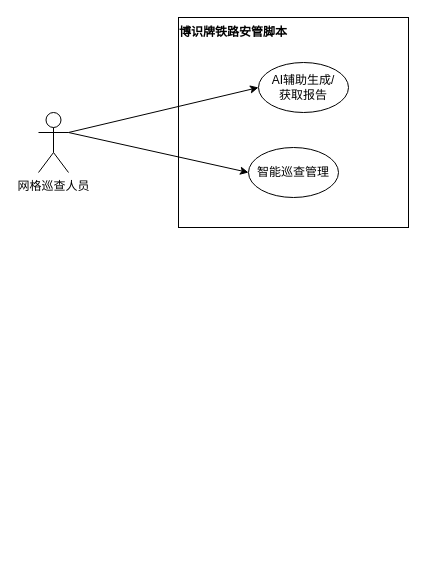
Above: 用例图3.drawio in Lxlorange/drawio (draw.io), before the change. Source tidied: cells renumbered, new cells numbered last; positions are measured from the earlier drawing's top-left corner, leaving out a move shared by most shapes. Both pictures are drawn from the tidied source at 100%, with x=0, y=0 at pixel (38, 17).
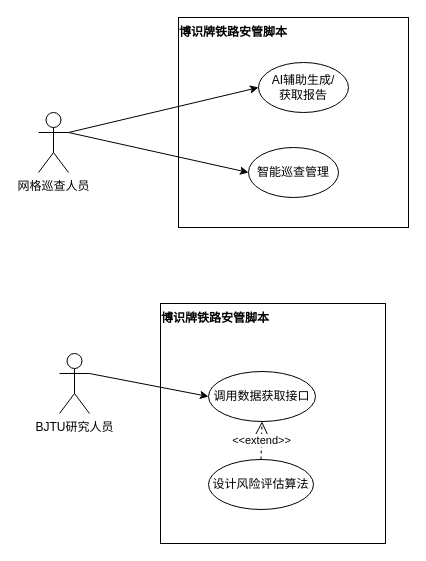
Above is the later version.

What changed in the source:
```diff
@@
 <mxGraphModel>
   <root>
     <mxCell id="0" />
     <mxCell id="1" parent="0" />
     <mxCell id="2" style="rounded=0;whiteSpace=wrap;html=1;" parent="1" vertex="1">
       <mxGeometry x="140" width="230" height="210" as="geometry" />
     </mxCell>
     <mxCell id="3" value="网格巡查人员" style="shape=umlActor;verticalLabelPosition=bottom;verticalAlign=top;html=1;outlineConnect=0;" parent="1" vertex="1">
       <mxGeometry y="95" width="30" height="60" as="geometry" />
     </mxCell>
     <mxCell id="4" value="AI辅助生成/&lt;div&gt;获取报告&lt;/div&gt;" style="ellipse;whiteSpace=wrap;html=1;" parent="1" vertex="1">
       <mxGeometry x="220" y="45" width="90" height="50" as="geometry" />
     </mxCell>
     <mxCell id="5" value="智能巡查管理" style="ellipse;whiteSpace=wrap;html=1;" parent="1" vertex="1">
       <mxGeometry x="210" y="130" width="90" height="50" as="geometry" />
     </mxCell>
     <mxCell id="6" value="&lt;div&gt;&lt;div class=&quot;old-record-id-EgNMd8jZPobp9axW8APcuTESnOb&quot;&gt;&lt;strong&gt;博识牌铁路安管脚本&lt;/strong&gt;&lt;/div&gt;&lt;/div&gt;&lt;span class=&quot;lark-record-clipboard&quot; data-lark-record-data=&quot;{&amp;quot;rootId&amp;quot;:&amp;quot;YEhrdIaTvoggZvxtlEtc4QMWnRe&amp;quot;,&amp;quot;text&amp;quot;:{&amp;quot;initialAttributedTexts&amp;quot;:{&amp;quot;text&amp;quot;:{&amp;quot;0&amp;quot;:&amp;quot;博识牌铁路安管脚本&amp;quot;},&amp;quot;attribs&amp;quot;:{&amp;quot;0&amp;quot;:&amp;quot;*0*1+9&amp;quot;}},&amp;quot;apool&amp;quot;:{&amp;quot;numToAttrib&amp;quot;:{&amp;quot;0&amp;quot;:[&amp;quot;author&amp;quot;,&amp;quot;7369065156772184067&amp;quot;],&amp;quot;1&amp;quot;:[&amp;quot;bold&amp;quot;,&amp;quot;true&amp;quot;]},&amp;quot;nextNum&amp;quot;:2}},&amp;quot;type&amp;quot;:&amp;quot;text&amp;quot;,&amp;quot;referenceRecordMap&amp;quot;:{},&amp;quot;extra&amp;quot;:{&amp;quot;channel&amp;quot;:&amp;quot;saas&amp;quot;,&amp;quot;isEqualBlockSelection&amp;quot;:false,&amp;quot;pasteRandomId&amp;quot;:&amp;quot;719aeff2-7f1b-4116-b2ea-c4e05b10d2c9&amp;quot;,&amp;quot;mention_page_title&amp;quot;:{},&amp;quot;external_mention_url&amp;quot;:{}},&amp;quot;isKeepQuoteContainer&amp;quot;:false,&amp;quot;isFromCode&amp;quot;:false,&amp;quot;selection&amp;quot;:[{&amp;quot;id&amp;quot;:34,&amp;quot;type&amp;quot;:&amp;quot;text&amp;quot;,&amp;quot;selection&amp;quot;:{&amp;quot;start&amp;quot;:44,&amp;quot;end&amp;quot;:53},&amp;quot;recordId&amp;quot;:&amp;quot;EgNMd8jZPobp9axW8APcuTESnOb&amp;quot;}],&amp;quot;payloadMap&amp;quot;:{},&amp;quot;isCut&amp;quot;:false}&quot;&gt;&lt;/span&gt;" style="text;html=1;align=center;verticalAlign=middle;whiteSpace=wrap;rounded=0;" parent="1" vertex="1">
       <mxGeometry x="140" width="110" height="30" as="geometry" />
     </mxCell>
     <mxCell id="7" style="endArrow=classic;html=1;rounded=0;entryX=0;entryY=0.5;entryDx=0;entryDy=0;exitX=1;exitY=0.3333333333333333;exitDx=0;exitDy=0;exitPerimeter=0;" parent="1" edge="1" source="3" target="4">
       <mxGeometry relative="1" as="geometry" />
     </mxCell>
     <mxCell id="8" style="endArrow=classic;html=1;rounded=0;entryX=0;entryY=0.5;entryDx=0;entryDy=0;exitX=1;exitY=0.3333333333333333;exitDx=0;exitDy=0;exitPerimeter=0;" parent="1" edge="1" source="3" target="5">
       <mxGeometry relative="1" as="geometry" />
     </mxCell>
+    <mxCell id="9" style="rounded=0;whiteSpace=wrap;html=1;" parent="1" vertex="1">
+      <mxGeometry x="122" y="286" width="225" height="240" as="geometry" />
+    </mxCell>
+    <mxCell id="10" value="&lt;div&gt;&lt;div class=&quot;old-record-id-EgNMd8jZPobp9axW8APcuTESnOb&quot;&gt;&lt;strong&gt;博识牌铁路安管脚本&lt;/strong&gt;&lt;/div&gt;&lt;/div&gt;&lt;span class=&quot;lark-record-clipboard&quot; data-lark-record-data=&quot;{&amp;quot;rootId&amp;quot;:&amp;quot;YEhrdIaTvoggZvxtlEtc4QMWnRe&amp;quot;,&amp;quot;text&amp;quot;:{&amp;quot;initialAttributedTexts&amp;quot;:{&amp;quot;text&amp;quot;:{&amp;quot;0&amp;quot;:&amp;quot;博识牌铁路安管脚本&amp;quot;},&amp;quot;attribs&amp;quot;:{&amp;quot;0&amp;quot;:&amp;quot;*0*1+9&amp;quot;}},&amp;quot;apool&amp;quot;:{&amp;quot;numToAttrib&amp;quot;:{&amp;quot;0&amp;quot;:[&amp;quot;author&amp;quot;,&amp;quot;7369065156772184067&amp;quot;],&amp;quot;1&amp;quot;:[&amp;quot;bold&amp;quot;,&amp;quot;true&amp;quot;]},&amp;quot;nextNum&amp;quot;:2}},&amp;quot;type&amp;quot;:&amp;quot;text&amp;quot;,&amp;quot;referenceRecordMap&amp;quot;:{},&amp;quot;extra&amp;quot;:{&amp;quot;channel&amp;quot;:&amp;quot;saas&amp;quot;,&amp;quot;isEqualBlockSelection&amp;quot;:false,&amp;quot;pasteRandomId&amp;quot;:&amp;quot;719aeff2-7f1b-4116-b2ea-c4e05b10d2c9&amp;quot;,&amp;quot;mention_page_title&amp;quot;:{},&amp;quot;external_mention_url&amp;quot;:{}},&amp;quot;isKeepQuoteContainer&amp;quot;:false,&amp;quot;isFromCode&amp;quot;:false,&amp;quot;selection&amp;quot;:[{&amp;quot;id&amp;quot;:34,&amp;quot;type&amp;quot;:&amp;quot;text&amp;quot;,&amp;quot;selection&amp;quot;:{&amp;quot;start&amp;quot;:44,&amp;quot;end&amp;quot;:53},&amp;quot;recordId&amp;quot;:&amp;quot;EgNMd8jZPobp9axW8APcuTESnOb&amp;quot;}],&amp;quot;payloadMap&amp;quot;:{},&amp;quot;isCut&amp;quot;:false}&quot;&gt;&lt;/span&gt;" style="text;html=1;align=center;verticalAlign=middle;whiteSpace=wrap;rounded=0;" parent="1" vertex="1">
+      <mxGeometry x="122" y="286" width="110" height="30" as="geometry" />
+    </mxCell>
+    <mxCell id="11" value="BJTU研究人员" style="shape=umlActor;verticalLabelPosition=bottom;verticalAlign=top;html=1;outlineConnect=0;" parent="1" vertex="1">
+      <mxGeometry x="21" y="336" width="30" height="60" as="geometry" />
+    </mxCell>
+    <mxCell id="12" value="调用数据获取接口" style="ellipse;whiteSpace=wrap;html=1;" parent="1" vertex="1">
+      <mxGeometry x="170" y="354" width="107" height="50" as="geometry" />
+    </mxCell>
+    <mxCell id="13" value="设计风险评估算法" style="ellipse;whiteSpace=wrap;html=1;" parent="1" vertex="1">
+      <mxGeometry x="170" y="442" width="105" height="50" as="geometry" />
+    </mxCell>
+    <mxCell id="14" style="endArrow=classic;html=1;rounded=0;entryX=0;entryY=0.5;entryDx=0;entryDy=0;exitX=1;exitY=0.3333333333333333;exitDx=0;exitDy=0;exitPerimeter=0;" parent="1" edge="1" source="11" target="12">
+      <mxGeometry relative="1" as="geometry" />
+    </mxCell>
+    <mxCell id="15" value="&amp;lt;&amp;lt;extend&amp;gt;&amp;gt;" style="endArrow=open;endSize=12;dashed=1;html=1;rounded=0;exitX=0.5;exitY=0;exitDx=0;exitDy=0;entryX=0.5;entryY=1;entryDx=0;entryDy=0;" parent="1" edge="1" source="13" target="12">
+      <mxGeometry relative="1" as="geometry" />
+    </mxCell>
   </root>
 </mxGraphModel>
```
